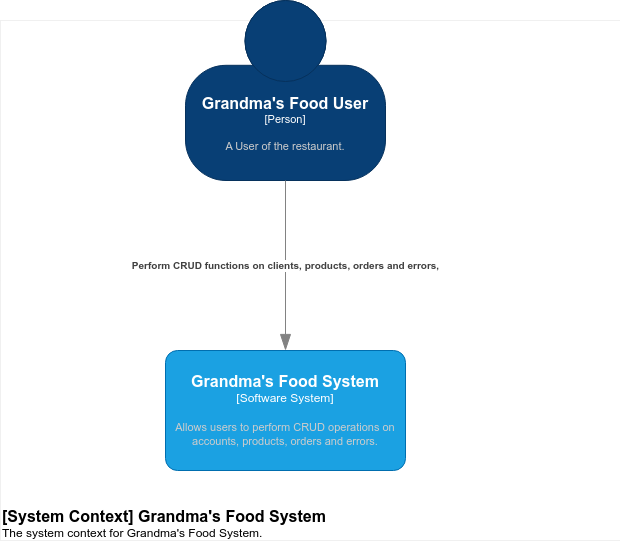
Above: images/c4/context_diagram.png in juan-bueno-01/java-project (draw.io), before the change. Source tidied: cells renumbered, new cells last; positions are measured from the earlier drawing's top-left corner, leaving out a move shared by most shapes.
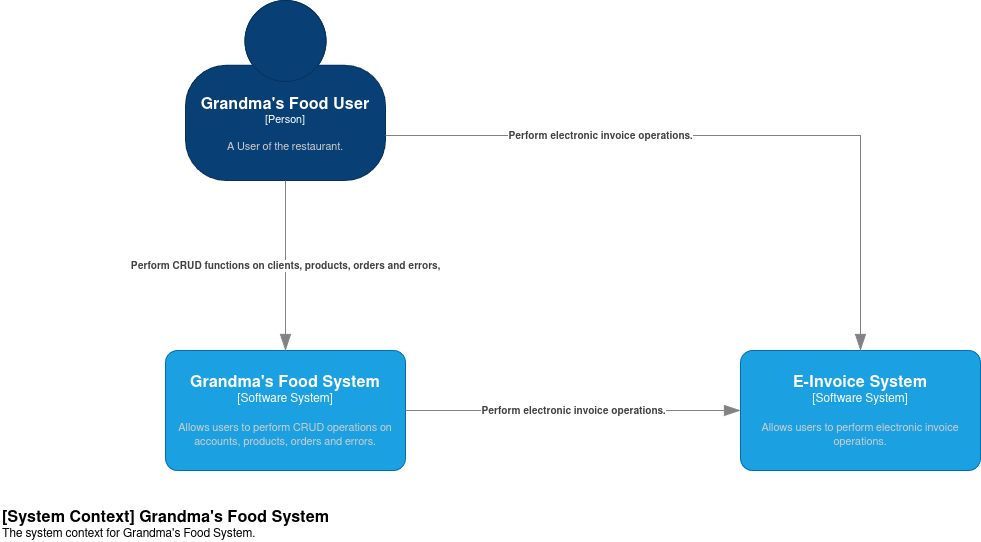
Above is the later version.

Diff of the diagram source:
```diff
@@ -8,7 +8,7 @@
       </mxCell>
     </object>
     <mxCell id="3" style="swimlane;startSize=0;rounded=1;dashed=1;dashPattern=8 4;strokeColor=#666666;align=left;verticalAlign=bottom;spacingTop=0;spacing=10;arcSize=11;fontFamily=Helvetica;fontSize=11;fontColor=#333333;labelBorderColor=none;labelBackgroundColor=none;fillColor=none;strokeWidth=0;" parent="1" vertex="1">
-      <mxGeometry y="20" width="620" height="520" as="geometry" />
+      <mxGeometry y="20" width="810" height="520" as="geometry" />
     </mxCell>
     <object id="4" label="&lt;font style=&quot;font-size: 16px&quot;&gt;&lt;b&gt;&lt;div style=&quot;text-align: left&quot;&gt;%c4Name%&lt;/div&gt;&lt;/b&gt;&lt;/font&gt;&lt;div style=&quot;text-align: left&quot;&gt;%c4Description%&lt;/div&gt;" c4Description="The system context for Grandma's Food System." c4Name="[System Context] Grandma's Food System" c4Type="ContainerDiagramTitle" placeholders="1">
       <mxCell style="text;html=1;strokeColor=none;fillColor=none;align=left;verticalAlign=top;whiteSpace=wrap;rounded=0;" parent="3" vertex="1">
@@ -25,5 +25,20 @@
         <mxGeometry relative="1" as="geometry" />
       </mxCell>
     </object>
+    <object id="7" label="&lt;div style=&quot;text-align: left&quot;&gt;&lt;div style=&quot;text-align: center&quot;&gt;&lt;b&gt;%c4Description%&lt;/b&gt;&lt;/div&gt;" c4Description="Perform electronic invoice operations." c4Type="Relationship" placeholders="1">
+      <mxCell style="endArrow=blockThin;html=1;fontSize=10;fontColor=#404040;strokeWidth=1;endFill=1;strokeColor=#828282;elbow=vertical;endSize=14;startSize=14;jumpStyle=arc;jumpSize=16;rounded=0;edgeStyle=orthogonalEdgeStyle;exitX=1;exitY=0.5;exitDx=0;exitDy=0;exitPerimeter=0;entryX=0;entryY=0.5;entryDx=0;entryDy=0;entryPerimeter=0;" parent="1" edge="1" source="2" target="8">
+        <mxGeometry relative="1" as="geometry" />
+      </mxCell>
+    </object>
+    <object id="8" label="&lt;font style=&quot;font-size: 16px&quot;&gt;&lt;b&gt;%c4Name%&lt;/b&gt;&lt;/font&gt;&lt;div&gt;[%c4Type%]&lt;/div&gt;&lt;br&gt;&lt;div&gt;&lt;font style=&quot;font-size: 11px&quot;&gt;&lt;font color=&quot;#cccccc&quot;&gt;%c4Description%&lt;/font&gt;&lt;/div&gt;" c4Description="Allows users to perform electronic invoice operations." c4Name="E-Invoice System" c4Type="Software System" placeholders="1">
+      <mxCell style="rounded=1;whiteSpace=wrap;html=1;labelBackgroundColor=none;fillColor=#1ba1e2;fontColor=#ffffff;align=center;arcSize=10;strokeColor=#006EAF;points=[[0.25,0,0],[0.5,0,0],[0.75,0,0],[1,0.25,0],[1,0.5,0],[1,0.75,0],[0.75,1,0],[0.5,1,0],[0.25,1,0],[0,0.75,0],[0,0.5,0],[0,0.25,0]];" parent="1" vertex="1">
+        <mxGeometry x="740" y="350" width="240" height="120" as="geometry" />
+      </mxCell>
+    </object>
+    <object id="9" label="&lt;div style=&quot;text-align: left&quot;&gt;&lt;div style=&quot;text-align: center&quot;&gt;&lt;b&gt;%c4Description%&lt;/b&gt;&lt;/div&gt;" c4Description="Perform electronic invoice operations." c4Type="Relationship" placeholders="1">
+      <mxCell style="endArrow=blockThin;html=1;fontSize=10;fontColor=#404040;strokeWidth=1;endFill=1;strokeColor=#828282;elbow=vertical;endSize=14;startSize=14;jumpStyle=arc;jumpSize=16;rounded=0;edgeStyle=orthogonalEdgeStyle;exitX=1;exitY=0.75;exitDx=0;exitDy=0;exitPerimeter=0;entryX=0.5;entryY=0;entryDx=0;entryDy=0;entryPerimeter=0;" parent="1" edge="1" source="5" target="8">
+        <mxGeometry x="-0.38" relative="1" as="geometry" />
+      </mxCell>
+    </object>
   </root>
 </mxGraphModel>
```
